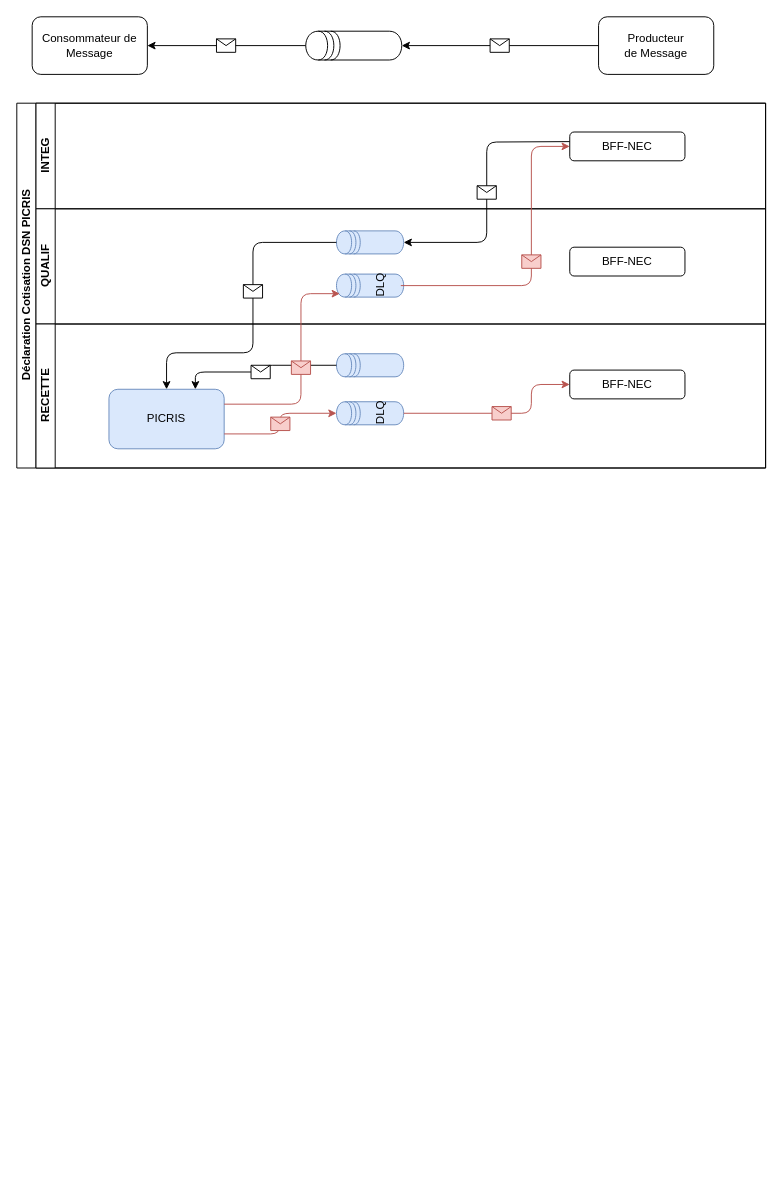
The draw.io diagram exemples-JMS.drawio in vdupain/draw.io, before the edit. Source tidied: cells renumbered, new cells numbered last; positions are measured from the earlier drawing's top-left corner, leaving out a move shared by most shapes. Both pictures are drawn from the tidied source at 96%, with x=0, y=0 at pixel (16, -3).
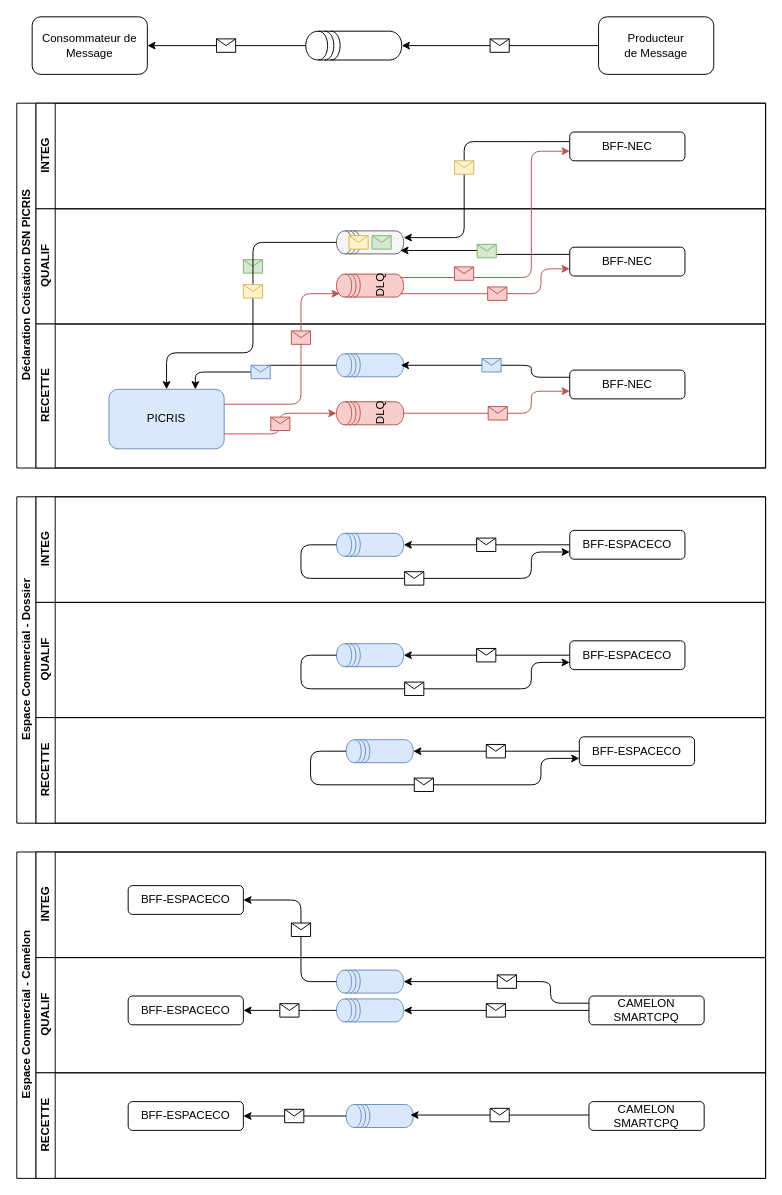
Above is the later version.

The change refers to these unchanged cells:
```xml
<mxCell id="5" value="Déclaration Cotisation DSN PICRIS" style="swimlane;html=1;horizontal=0;startSize=20;" parent="1" vertex="1">
  <mxGeometry y="110" width="780" height="380" as="geometry" />
</mxCell>
<mxCell id="7" value="BFF-NEC" style="rounded=1;whiteSpace=wrap;html=1;" parent="6" vertex="1">
  <mxGeometry x="556" y="30" width="120" height="30" as="geometry" />
</mxCell>
<mxCell id="8" value="QUALIF" style="swimlane;html=1;startSize=20;horizontal=0;" parent="5" vertex="1">
  <mxGeometry x="20" y="110" width="760" height="120" as="geometry" />
</mxCell>
<mxCell id="11" value="BFF-NEC" style="rounded=1;whiteSpace=wrap;html=1;" parent="8" vertex="1">
  <mxGeometry x="556" y="40" width="120" height="30" as="geometry" />
</mxCell>
<mxCell id="12" value="RECETTE" style="swimlane;html=1;startSize=20;horizontal=0;" parent="5" vertex="1">
  <mxGeometry x="20" y="230" width="760" height="150" as="geometry" />
</mxCell>
<mxCell id="14" value="BFF-NEC" style="rounded=1;whiteSpace=wrap;html=1;" parent="12" vertex="1">
  <mxGeometry x="556" y="48" width="120" height="30" as="geometry" />
</mxCell>
<mxCell id="19" style="endArrow=classic;html=1;strokeColor=#000000;exitX=0.5;exitY=0;exitDx=0;exitDy=0;edgeStyle=orthogonalEdgeStyle;entryX=0.75;entryY=0;entryDx=0;entryDy=0;" parent="12" edge="1" source="15" target="13">
  <mxGeometry relative="1" as="geometry">
    <Array as="points">
      <mxPoint x="236" y="43" />
      <mxPoint x="236" y="50" />
      <mxPoint x="166" y="50" />
    </Array>
  </mxGeometry>
</mxCell>
<mxCell id="23" style="endArrow=classic;html=1;strokeColor=#000000;exitX=0.5;exitY=0;exitDx=0;exitDy=0;edgeStyle=orthogonalEdgeStyle;entryX=0.5;entryY=0;entryDx=0;entryDy=0;" parent="5" edge="1" source="10" target="13">
  <mxGeometry relative="1" as="geometry">
    <Array as="points">
      <mxPoint x="246" y="145" />
      <mxPoint x="246" y="260" />
      <mxPoint x="156" y="260" />
    </Array>
  </mxGeometry>
</mxCell>
<mxCell id="27" style="endArrow=classic;html=1;strokeColor=#b85450;entryX=0.15;entryY=0.05;entryDx=0;entryDy=0;exitX=1;exitY=0.25;exitDx=0;exitDy=0;edgeStyle=orthogonalEdgeStyle;fillColor=#f8cecc;entryPerimeter=0;" parent="5" edge="1" source="13" target="9">
  <mxGeometry relative="1" as="geometry">
    <Array as="points">
      <mxPoint x="296" y="314" />
      <mxPoint x="296" y="198" />
    </Array>
  </mxGeometry>
</mxCell>
```

The edit, as a diff of the source:
```diff
@@
-    <mxCell id="9" value="DLQ" style="shape=datastore;whiteSpace=wrap;html=1;rotation=-90;fillColor=#dae8fc;strokeColor=#6c8ebf;" parent="8" vertex="1">
+    <mxCell id="9" value="DLQ" style="shape=datastore;whiteSpace=wrap;html=1;rotation=-90;fillColor=#f8cecc;strokeColor=#b85450;" parent="8" vertex="1">
       <mxGeometry x="336" y="45" width="24" height="70" as="geometry" />
     </mxCell>
-    <mxCell id="10" style="shape=datastore;whiteSpace=wrap;html=1;rotation=-90;fillColor=#dae8fc;strokeColor=#6c8ebf;" parent="8" vertex="1">
+    <mxCell id="10" style="shape=datastore;whiteSpace=wrap;html=1;rotation=-90;fillColor=#f5f5f5;strokeColor=#666666;fontColor=#333333;" parent="8" vertex="1">
       <mxGeometry x="336" width="24" height="70" as="geometry" />
     </mxCell>
@@
+    <mxCell id="35" style="endArrow=classic;html=1;strokeColor=#000000;entryX=0.15;entryY=0.95;entryDx=0;entryDy=0;exitX=0;exitY=0.25;exitDx=0;exitDy=0;entryPerimeter=0;edgeStyle=orthogonalEdgeStyle;" parent="8" edge="1" source="11" target="10">
+      <mxGeometry relative="1" as="geometry" />
+    </mxCell>
+    <mxCell id="36" style="shape=message;html=1;fillColor=#d5e8d4;strokeColor=#82b366;" parent="35" vertex="1">
+      <mxGeometry width="20" height="14" relative="1" as="geometry">
+        <mxPoint x="-10" y="-7" as="offset" />
+      </mxGeometry>
+    </mxCell>
+    <mxCell id="37" style="endArrow=classic;html=1;strokeColor=#b85450;edgeStyle=orthogonalEdgeStyle;fillColor=#f8cecc;exitX=0.15;exitY=0.95;exitDx=0;exitDy=0;entryX=0;entryY=0.75;entryDx=0;entryDy=0;exitPerimeter=0;" parent="8" edge="1" source="9" target="11">
+      <mxGeometry relative="1" as="geometry">
+        <Array as="points">
+          <mxPoint x="526" y="88" />
+          <mxPoint x="526" y="63" />
+        </Array>
+      </mxGeometry>
+    </mxCell>
+    <mxCell id="38" style="shape=message;html=1;fillColor=#f8cecc;strokeColor=#b85450;" parent="37" vertex="1">
+      <mxGeometry width="20" height="14" relative="1" as="geometry">
+        <mxPoint x="-10" y="-7" as="offset" />
+      </mxGeometry>
+    </mxCell>
+    <mxCell id="39" style="shape=message;html=1;fillColor=#fff2cc;strokeColor=#d6b656;" parent="8" vertex="1">
+      <mxGeometry x="326" y="28" width="20" height="14" as="geometry" />
+    </mxCell>
+    <mxCell id="40" style="shape=message;html=1;fillColor=#d5e8d4;strokeColor=#82b366;" parent="8" vertex="1">
+      <mxGeometry x="350" y="28" width="20" height="14" as="geometry" />
+    </mxCell>
+    <mxCell id="41" style="shape=message;html=1;fillColor=#d5e8d4;strokeColor=#82b366;shadow=0;" parent="8" vertex="1">
+      <mxGeometry x="216" y="53" width="20" height="14" as="geometry" />
+    </mxCell>
@@
-    <mxCell id="16" value="DLQ" style="shape=datastore;whiteSpace=wrap;html=1;rotation=-90;fillColor=#dae8fc;strokeColor=#6c8ebf;" parent="12" vertex="1">
+    <mxCell id="16" value="DLQ" style="shape=datastore;whiteSpace=wrap;html=1;rotation=-90;fillColor=#f8cecc;strokeColor=#b85450;" parent="12" vertex="1">
       <mxGeometry x="336" y="58" width="24" height="70" as="geometry" />
     </mxCell>
@@
-    <mxCell id="20" style="shape=message;html=1;" parent="19" vertex="1">
+    <mxCell id="20" style="shape=message;html=1;fillColor=#dae8fc;strokeColor=#6c8ebf;" parent="19" vertex="1">
       <mxGeometry width="20" height="14" relative="1" as="geometry">
         <mxPoint x="-10" y="-7" as="offset" />
       </mxGeometry>
     </mxCell>
-    <mxCell id="21" style="endArrow=classic;html=1;strokeColor=#b85450;entryX=0;entryY=0.5;entryDx=0;entryDy=0;edgeStyle=orthogonalEdgeStyle;fillColor=#f8cecc;exitX=0.5;exitY=1;exitDx=0;exitDy=0;" parent="12" edge="1" source="16" target="14">
+    <mxCell id="21" style="endArrow=classic;html=1;strokeColor=#b85450;edgeStyle=orthogonalEdgeStyle;fillColor=#f8cecc;exitX=0.5;exitY=1;exitDx=0;exitDy=0;" parent="12" edge="1" source="16">
       <mxGeometry relative="1" as="geometry">
+        <mxPoint x="556" y="70" as="targetPoint" />
         <Array as="points">
           <mxPoint x="516" y="93" />
-          <mxPoint x="516" y="63" />
+          <mxPoint x="516" y="70" />
         </Array>
       </mxGeometry>
     </mxCell>
@@
+    <mxCell id="42" style="endArrow=classic;html=1;strokeColor=#000000;exitX=0;exitY=0.25;exitDx=0;exitDy=0;edgeStyle=orthogonalEdgeStyle;" parent="12" edge="1" source="14">
+      <mxGeometry relative="1" as="geometry">
+        <mxPoint x="380" y="43" as="targetPoint" />
+        <Array as="points">
+          <mxPoint x="516" y="56" />
+          <mxPoint x="516" y="43" />
+        </Array>
+      </mxGeometry>
+    </mxCell>
+    <mxCell id="43" style="shape=message;html=1;fillColor=#dae8fc;strokeColor=#6c8ebf;" parent="42" vertex="1">
+      <mxGeometry width="20" height="14" relative="1" as="geometry">
+        <mxPoint x="-10" y="-7" as="offset" />
+      </mxGeometry>
+    </mxCell>
@@
-    <mxCell id="24" style="shape=message;html=1;" parent="23" vertex="1">
+    <mxCell id="24" style="shape=message;html=1;fillColor=#fff2cc;strokeColor=#d6b656;" parent="23" vertex="1">
       <mxGeometry width="20" height="14" relative="1" as="geometry">
         <mxPoint x="-10" y="-34" as="offset" />
       </mxGeometry>
     </mxCell>
-    <mxCell id="25" style="endArrow=classic;html=1;strokeColor=#000000;edgeStyle=orthogonalEdgeStyle;entryX=0.5;entryY=1;entryDx=0;entryDy=0;" parent="5" edge="1" target="10">
+    <mxCell id="25" style="endArrow=classic;html=1;strokeColor=#000000;edgeStyle=orthogonalEdgeStyle;" parent="5" edge="1">
       <mxGeometry relative="1" as="geometry">
         <mxPoint x="576" y="40" as="sourcePoint" />
+        <mxPoint x="403" y="140" as="targetPoint" />
+        <Array as="points">
+          <mxPoint x="466" y="40" />
+          <mxPoint x="466" y="140" />
+        </Array>
       </mxGeometry>
     </mxCell>
-    <mxCell id="26" style="shape=message;html=1;" parent="25" vertex="1">
+    <mxCell id="26" style="shape=message;html=1;fillColor=#fff2cc;strokeColor=#d6b656;" parent="25" vertex="1">
       <mxGeometry width="20" height="14" relative="1" as="geometry">
         <mxPoint x="-10" y="-7" as="offset" />
       </mxGeometry>
     </mxCell>
@@
     <mxCell id="28" style="shape=message;html=1;fillColor=#f8cecc;strokeColor=#b85450;" parent="27" vertex="1">
       <mxGeometry width="20" height="14" relative="1" as="geometry">
-        <mxPoint x="-10" y="-7" as="offset" />
+        <mxPoint x="-10" y="-38.3" as="offset" />
       </mxGeometry>
     </mxCell>
-    <mxCell id="29" style="endArrow=classic;html=1;strokeColor=#b85450;entryX=0;entryY=0.5;entryDx=0;entryDy=0;edgeStyle=orthogonalEdgeStyle;fillColor=#f8cecc;" parent="5" edge="1" target="7">
+    <mxCell id="29" style="endArrow=classic;html=1;strokeColor=#b85450;edgeStyle=orthogonalEdgeStyle;fillColor=#f8cecc;exitX=0.85;exitY=0.95;exitDx=0;exitDy=0;exitPerimeter=0;" parent="5" edge="1" source="9">
       <mxGeometry relative="1" as="geometry">
-        <mxPoint x="400" y="190" as="sourcePoint" />
+        <mxPoint x="576" y="50" as="targetPoint" />
         <Array as="points">
-          <mxPoint x="536" y="190" />
-          <mxPoint x="536" y="45" />
+          <mxPoint x="536" y="182" />
+          <mxPoint x="536" y="50" />
         </Array>
       </mxGeometry>
     </mxCell>
     <mxCell id="30" style="shape=message;html=1;fillColor=#f8cecc;strokeColor=#b85450;" parent="29" vertex="1">
       <mxGeometry width="20" height="14" relative="1" as="geometry">
-        <mxPoint x="-10" y="-7" as="offset" />
+        <mxPoint x="-80.1" y="6.4" as="offset" />
       </mxGeometry>
     </mxCell>
@@
+    <mxCell id="44" value="Espace Commercial - Dossier" style="swimlane;html=1;horizontal=0;startSize=20;" parent="1" vertex="1">
+      <mxGeometry y="520" width="780" height="340" as="geometry" />
+    </mxCell>
+    <mxCell id="45" value="INTEG" style="swimlane;html=1;startSize=20;horizontal=0;" parent="44" vertex="1">
+      <mxGeometry x="20" width="760" height="110" as="geometry" />
+    </mxCell>
+    <mxCell id="46" value="BFF-ESPACECO" style="rounded=1;whiteSpace=wrap;html=1;" parent="45" vertex="1">
+      <mxGeometry x="556" y="35" width="120" height="30" as="geometry" />
+    </mxCell>
+    <mxCell id="47" style="shape=datastore;whiteSpace=wrap;html=1;rotation=-90;fillColor=#dae8fc;strokeColor=#6c8ebf;" parent="45" vertex="1">
+      <mxGeometry x="336" y="15" width="24" height="70" as="geometry" />
+    </mxCell>
+    <mxCell id="48" style="endArrow=classic;html=1;strokeColor=#000000;edgeStyle=orthogonalEdgeStyle;entryX=0;entryY=0.75;entryDx=0;entryDy=0;exitX=0.5;exitY=0;exitDx=0;exitDy=0;" parent="45" edge="1" source="47" target="46">
+      <mxGeometry relative="1" as="geometry">
+        <Array as="points">
+          <mxPoint x="276" y="50" />
+          <mxPoint x="276" y="85" />
+          <mxPoint x="516" y="85" />
+          <mxPoint x="516" y="58" />
+        </Array>
+      </mxGeometry>
+    </mxCell>
+    <mxCell id="49" style="shape=message;html=1;" parent="48" vertex="1">
+      <mxGeometry width="20" height="14" relative="1" as="geometry">
+        <mxPoint x="-10" y="-7" as="offset" />
+      </mxGeometry>
+    </mxCell>
+    <mxCell id="50" style="endArrow=classic;html=1;strokeColor=#000000;edgeStyle=orthogonalEdgeStyle;entryX=0.5;entryY=1;entryDx=0;entryDy=0;" parent="45" edge="1" target="47">
+      <mxGeometry relative="1" as="geometry">
+        <mxPoint x="556" y="50" as="sourcePoint" />
+        <Array as="points">
+          <mxPoint x="556" y="50" />
+        </Array>
+      </mxGeometry>
+    </mxCell>
+    <mxCell id="51" style="shape=message;html=1;" parent="50" vertex="1">
+      <mxGeometry width="20" height="14" relative="1" as="geometry">
+        <mxPoint x="-10" y="-7" as="offset" />
+      </mxGeometry>
+    </mxCell>
+    <mxCell id="52" value="QUALIF" style="swimlane;html=1;startSize=20;horizontal=0;" parent="44" vertex="1">
+      <mxGeometry x="20" y="110" width="760" height="120" as="geometry" />
+    </mxCell>
+    <mxCell id="53" value="BFF-ESPACECO" style="rounded=1;whiteSpace=wrap;html=1;" parent="52" vertex="1">
+      <mxGeometry x="556" y="40" width="120" height="30" as="geometry" />
+    </mxCell>
+    <mxCell id="54" style="shape=datastore;whiteSpace=wrap;html=1;rotation=-90;fillColor=#dae8fc;strokeColor=#6c8ebf;" parent="52" vertex="1">
+      <mxGeometry x="336" y="20" width="24" height="70" as="geometry" />
+    </mxCell>
+    <mxCell id="55" style="endArrow=classic;html=1;strokeColor=#000000;edgeStyle=orthogonalEdgeStyle;entryX=0;entryY=0.75;entryDx=0;entryDy=0;exitX=0.5;exitY=0;exitDx=0;exitDy=0;" parent="52" edge="1" source="54" target="53">
+      <mxGeometry relative="1" as="geometry">
+        <Array as="points">
+          <mxPoint x="276" y="55" />
+          <mxPoint x="276" y="90" />
+          <mxPoint x="516" y="90" />
+          <mxPoint x="516" y="63" />
+        </Array>
+      </mxGeometry>
+    </mxCell>
+    <mxCell id="56" style="shape=message;html=1;" parent="55" vertex="1">
+      <mxGeometry width="20" height="14" relative="1" as="geometry">
+        <mxPoint x="-10" y="-7" as="offset" />
+      </mxGeometry>
+    </mxCell>
+    <mxCell id="57" style="endArrow=classic;html=1;strokeColor=#000000;edgeStyle=orthogonalEdgeStyle;entryX=0.5;entryY=1;entryDx=0;entryDy=0;" parent="52" edge="1" target="54">
+      <mxGeometry relative="1" as="geometry">
+        <mxPoint x="556" y="55" as="sourcePoint" />
+        <Array as="points">
+          <mxPoint x="556" y="55" />
+        </Array>
+      </mxGeometry>
+    </mxCell>
+    <mxCell id="58" style="shape=message;html=1;" parent="57" vertex="1">
+      <mxGeometry width="20" height="14" relative="1" as="geometry">
+        <mxPoint x="-10" y="-7" as="offset" />
+      </mxGeometry>
+    </mxCell>
+    <mxCell id="59" value="RECETTE" style="swimlane;html=1;startSize=20;horizontal=0;" parent="44" vertex="1">
+      <mxGeometry x="20" y="230" width="760" height="110" as="geometry" />
+    </mxCell>
+    <mxCell id="60" value="BFF-ESPACECO" style="rounded=1;whiteSpace=wrap;html=1;" parent="59" vertex="1">
+      <mxGeometry x="566" y="20" width="120" height="30" as="geometry" />
+    </mxCell>
+    <mxCell id="61" style="shape=datastore;whiteSpace=wrap;html=1;rotation=-90;fillColor=#dae8fc;strokeColor=#6c8ebf;" parent="59" vertex="1">
+      <mxGeometry x="346" width="24" height="70" as="geometry" />
+    </mxCell>
+    <mxCell id="62" style="endArrow=classic;html=1;strokeColor=#000000;edgeStyle=orthogonalEdgeStyle;entryX=0;entryY=0.75;entryDx=0;entryDy=0;exitX=0.5;exitY=0;exitDx=0;exitDy=0;" parent="59" edge="1" source="61" target="60">
+      <mxGeometry relative="1" as="geometry">
+        <Array as="points">
+          <mxPoint x="286" y="35" />
+          <mxPoint x="286" y="70" />
+          <mxPoint x="526" y="70" />
+          <mxPoint x="526" y="43" />
+        </Array>
+      </mxGeometry>
+    </mxCell>
+    <mxCell id="63" style="shape=message;html=1;" parent="62" vertex="1">
+      <mxGeometry width="20" height="14" relative="1" as="geometry">
+        <mxPoint x="-10" y="-7" as="offset" />
+      </mxGeometry>
+    </mxCell>
+    <mxCell id="64" style="endArrow=classic;html=1;strokeColor=#000000;edgeStyle=orthogonalEdgeStyle;entryX=0.5;entryY=1;entryDx=0;entryDy=0;" parent="59" edge="1" target="61">
+      <mxGeometry relative="1" as="geometry">
+        <mxPoint x="566" y="35" as="sourcePoint" />
+        <Array as="points">
+          <mxPoint x="566" y="35" />
+        </Array>
+      </mxGeometry>
+    </mxCell>
+    <mxCell id="65" style="shape=message;html=1;" parent="64" vertex="1">
+      <mxGeometry width="20" height="14" relative="1" as="geometry">
+        <mxPoint x="-10" y="-7" as="offset" />
+      </mxGeometry>
+    </mxCell>
+    <mxCell id="66" value="Espace Commercial - Camélon" style="swimlane;html=1;horizontal=0;startSize=20;" parent="1" vertex="1">
+      <mxGeometry y="890" width="780" height="340" as="geometry" />
+    </mxCell>
+    <mxCell id="67" value="INTEG" style="swimlane;html=1;startSize=20;horizontal=0;" parent="66" vertex="1">
+      <mxGeometry x="20" width="760" height="110" as="geometry" />
+    </mxCell>
+    <mxCell id="68" value="BFF-ESPACECO" style="rounded=1;whiteSpace=wrap;html=1;" parent="67" vertex="1">
+      <mxGeometry x="96" y="35" width="120" height="30" as="geometry" />
+    </mxCell>
+    <mxCell id="69" value="QUALIF" style="swimlane;html=1;startSize=20;horizontal=0;" parent="66" vertex="1">
+      <mxGeometry x="20" y="110" width="760" height="120" as="geometry" />
+    </mxCell>
+    <mxCell id="70" value="BFF-ESPACECO" style="rounded=1;whiteSpace=wrap;html=1;" parent="69" vertex="1">
+      <mxGeometry x="96" y="40" width="120" height="30" as="geometry" />
+    </mxCell>
+    <mxCell id="71" style="shape=datastore;whiteSpace=wrap;html=1;rotation=-90;fillColor=#dae8fc;strokeColor=#6c8ebf;" parent="69" vertex="1">
+      <mxGeometry x="336" y="20" width="24" height="70" as="geometry" />
+    </mxCell>
+    <mxCell id="72" style="endArrow=classic;html=1;strokeColor=#000000;edgeStyle=orthogonalEdgeStyle;entryX=0.5;entryY=1;entryDx=0;entryDy=0;exitX=0;exitY=0.5;exitDx=0;exitDy=0;" parent="69" edge="1" source="74" target="71">
+      <mxGeometry relative="1" as="geometry" />
+    </mxCell>
+    <mxCell id="73" style="shape=message;html=1;" parent="72" vertex="1">
+      <mxGeometry width="20" height="14" relative="1" as="geometry">
+        <mxPoint x="-10" y="-7" as="offset" />
+      </mxGeometry>
+    </mxCell>
+    <mxCell id="74" value="CAMELON SMARTCPQ" style="rounded=1;whiteSpace=wrap;html=1;" parent="69" vertex="1">
+      <mxGeometry x="576" y="40" width="120" height="30" as="geometry" />
+    </mxCell>
+    <mxCell id="75" style="endArrow=classic;html=1;strokeColor=#000000;edgeStyle=orthogonalEdgeStyle;entryX=1;entryY=0.5;entryDx=0;entryDy=0;exitX=0.5;exitY=0;exitDx=0;exitDy=0;" parent="69" edge="1" source="71" target="70">
+      <mxGeometry relative="1" as="geometry">
+        <Array as="points">
+          <mxPoint x="276" y="55" />
+          <mxPoint x="276" y="55" />
+        </Array>
+      </mxGeometry>
+    </mxCell>
+    <mxCell id="76" style="shape=message;html=1;" parent="75" vertex="1">
+      <mxGeometry width="20" height="14" relative="1" as="geometry">
+        <mxPoint x="-10" y="-7" as="offset" />
+      </mxGeometry>
+    </mxCell>
+    <mxCell id="77" style="shape=datastore;whiteSpace=wrap;html=1;rotation=-90;fillColor=#dae8fc;strokeColor=#6c8ebf;" parent="69" vertex="1">
+      <mxGeometry x="336" y="-10" width="24" height="70" as="geometry" />
+    </mxCell>
+    <mxCell id="78" style="endArrow=classic;html=1;strokeColor=#000000;edgeStyle=orthogonalEdgeStyle;entryX=0.5;entryY=1;entryDx=0;entryDy=0;exitX=0;exitY=0.25;exitDx=0;exitDy=0;" parent="69" edge="1" source="74" target="77">
+      <mxGeometry relative="1" as="geometry">
+        <Array as="points">
+          <mxPoint x="536" y="48" />
+          <mxPoint x="536" y="25" />
+        </Array>
+      </mxGeometry>
+    </mxCell>
+    <mxCell id="79" style="shape=message;html=1;" parent="78" vertex="1">
+      <mxGeometry width="20" height="14" relative="1" as="geometry">
+        <mxPoint x="-10" y="-7" as="offset" />
+      </mxGeometry>
+    </mxCell>
+    <mxCell id="80" value="RECETTE" style="swimlane;html=1;startSize=20;horizontal=0;" parent="66" vertex="1">
+      <mxGeometry x="20" y="230" width="760" height="110" as="geometry" />
+    </mxCell>
+    <mxCell id="81" value="BFF-ESPACECO" style="rounded=1;whiteSpace=wrap;html=1;" parent="80" vertex="1">
+      <mxGeometry x="96" y="30" width="120" height="30" as="geometry" />
+    </mxCell>
+    <mxCell id="82" style="shape=datastore;whiteSpace=wrap;html=1;rotation=-90;fillColor=#dae8fc;strokeColor=#6c8ebf;" parent="80" vertex="1">
+      <mxGeometry x="346" y="10" width="24" height="70" as="geometry" />
+    </mxCell>
+    <mxCell id="83" style="endArrow=classic;html=1;strokeColor=#000000;edgeStyle=orthogonalEdgeStyle;entryX=1;entryY=0.5;entryDx=0;entryDy=0;exitX=0.5;exitY=0;exitDx=0;exitDy=0;" parent="80" edge="1" source="82" target="81">
+      <mxGeometry relative="1" as="geometry" />
+    </mxCell>
+    <mxCell id="84" style="shape=message;html=1;" parent="83" vertex="1">
+      <mxGeometry width="20" height="14" relative="1" as="geometry">
+        <mxPoint x="-10" y="-7" as="offset" />
+      </mxGeometry>
+    </mxCell>
+    <mxCell id="85" value="CAMELON SMARTCPQ" style="rounded=1;whiteSpace=wrap;html=1;" parent="80" vertex="1">
+      <mxGeometry x="576" y="30" width="120" height="30" as="geometry" />
+    </mxCell>
+    <mxCell id="86" style="endArrow=classic;html=1;strokeColor=#000000;edgeStyle=orthogonalEdgeStyle;" parent="80" edge="1">
+      <mxGeometry relative="1" as="geometry">
+        <mxPoint x="576" y="44" as="sourcePoint" />
+        <mxPoint x="390" y="44" as="targetPoint" />
+        <Array as="points">
+          <mxPoint x="390" y="44" />
+        </Array>
+      </mxGeometry>
+    </mxCell>
+    <mxCell id="87" style="shape=message;html=1;" parent="86" vertex="1">
+      <mxGeometry width="20" height="14" relative="1" as="geometry">
+        <mxPoint x="-10" y="-7" as="offset" />
+      </mxGeometry>
+    </mxCell>
+    <mxCell id="88" style="endArrow=classic;html=1;strokeColor=#000000;edgeStyle=orthogonalEdgeStyle;entryX=1;entryY=0.5;entryDx=0;entryDy=0;exitX=0.5;exitY=0;exitDx=0;exitDy=0;" parent="66" edge="1" source="77" target="68">
+      <mxGeometry relative="1" as="geometry">
+        <Array as="points">
+          <mxPoint x="296" y="135" />
+          <mxPoint x="296" y="50" />
+        </Array>
+      </mxGeometry>
+    </mxCell>
+    <mxCell id="89" style="shape=message;html=1;" parent="88" vertex="1">
+      <mxGeometry width="20" height="14" relative="1" as="geometry">
+        <mxPoint x="-10" y="-7" as="offset" />
+      </mxGeometry>
+    </mxCell>
```
